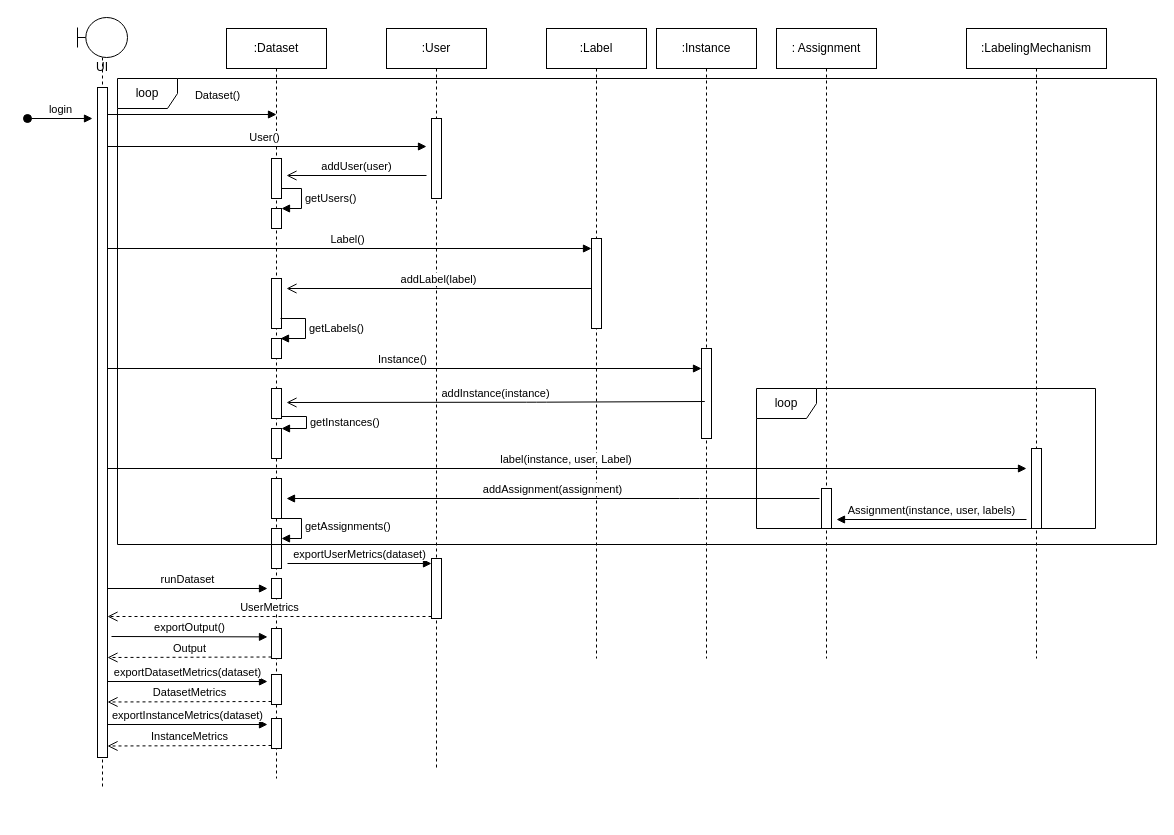
alperdokay/CSE3063F20P1_GRP20 keeps this draw.io diagram as iteration3/DSD.drawio. Above is the earlier version. Source tidied: cells renumbered, new cells numbered last; positions are measured from the earlier drawing's top-left corner, leaving out a move shared by most shapes. Both pictures are drawn from the tidied source at 100%, with x=0, y=0 at pixel (27, 17).
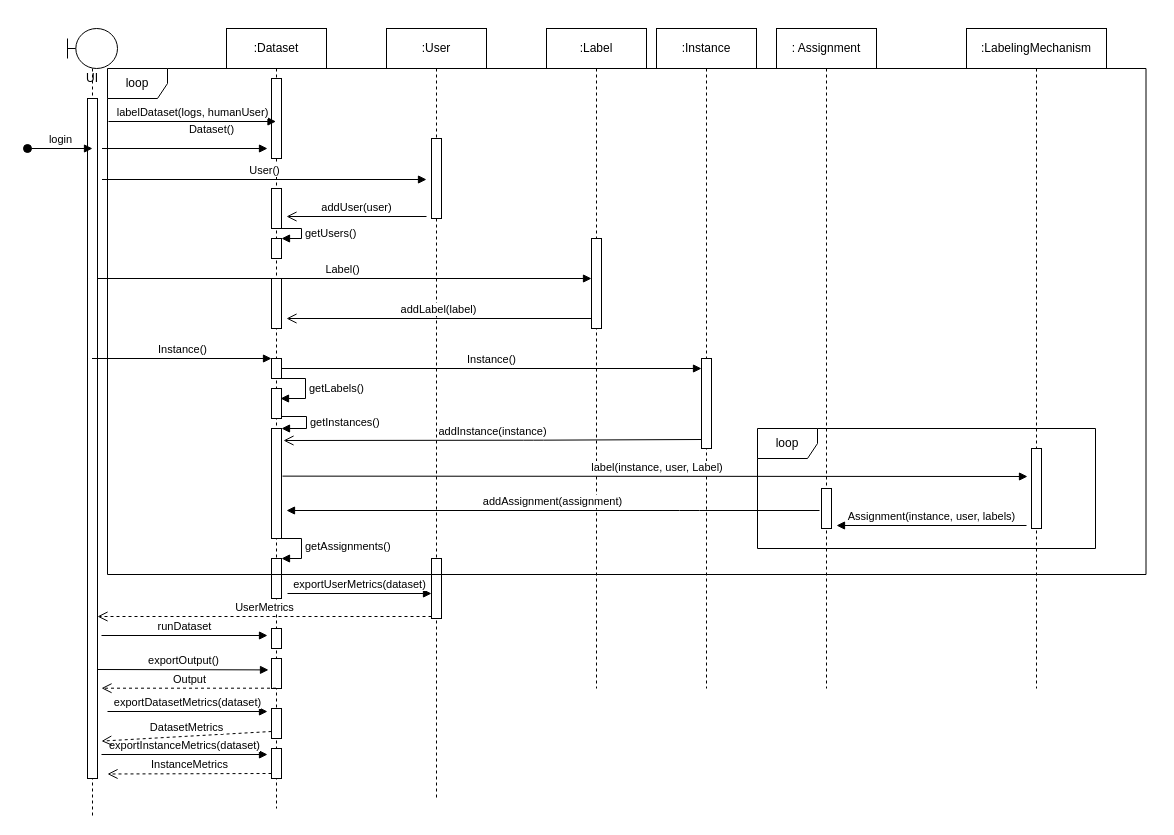
The same diagram, later.

Diff of the diagram source:
```diff
@@
     <mxCell id="2" value=":Dataset" style="shape=umlLifeline;perimeter=lifelinePerimeter;whiteSpace=wrap;html=1;" parent="1" vertex="1">
-      <mxGeometry x="199" y="11" width="100" height="750" as="geometry" />
+      <mxGeometry x="199" y="11" width="100" height="780" as="geometry" />
     </mxCell>
-    <mxCell id="3" style="html=1;perimeter=orthogonalPerimeter;" parent="2" vertex="1">
-      <mxGeometry x="45" y="130" width="10" height="40" as="geometry" />
-    </mxCell>
+    <mxCell id="54" style="html=1;perimeter=orthogonalPerimeter;" parent="2" vertex="1">
+      <mxGeometry x="45" y="160" width="10" height="40" as="geometry" />
+    </mxCell>
@@
-    <mxCell id="5" style="html=1;points=[];perimeter=orthogonalPerimeter;" parent="2" vertex="1">
-      <mxGeometry x="45" y="180" width="10" height="20" as="geometry" />
-    </mxCell>
+    <mxCell id="55" style="html=1;points=[];perimeter=orthogonalPerimeter;" parent="2" vertex="1">
+      <mxGeometry x="45" y="210" width="10" height="20" as="geometry" />
+    </mxCell>
-    <mxCell id="6" value="getUsers()" style="edgeStyle=orthogonalEdgeStyle;html=1;align=left;spacingLeft=2;endArrow=block;rounded=0;entryX=1;entryY=0;" parent="2" edge="1" target="5">
+    <mxCell id="6" value="getUsers()" style="edgeStyle=orthogonalEdgeStyle;html=1;align=left;spacingLeft=2;endArrow=block;rounded=0;entryX=1;entryY=0;" parent="2" edge="1" target="55">
       <mxGeometry relative="1" as="geometry">
-        <mxPoint x="55" y="160" as="sourcePoint" />
+        <mxPoint x="55" y="200" as="sourcePoint" />
         <Array as="points">
-          <mxPoint x="75" y="160" />
+          <mxPoint x="55" y="200" />
+          <mxPoint x="75" y="200" />
+          <mxPoint x="75" y="210" />
         </Array>
       </mxGeometry>
     </mxCell>
-    <mxCell id="7" style="html=1;perimeter=orthogonalPerimeter;" parent="2" vertex="1">
-      <mxGeometry x="45" y="310" width="10" height="20" as="geometry" />
-    </mxCell>
@@
-    <mxCell id="9" style="html=1;points=[];perimeter=orthogonalPerimeter;" parent="2" vertex="1">
-      <mxGeometry x="45" y="400" width="10" height="30" as="geometry" />
-    </mxCell>
+    <mxCell id="56" style="html=1;points=[];perimeter=orthogonalPerimeter;" parent="2" vertex="1">
+      <mxGeometry x="45" y="400" width="10" height="110" as="geometry" />
+    </mxCell>
-    <mxCell id="10" value="getInstances()" style="edgeStyle=orthogonalEdgeStyle;html=1;align=left;spacingLeft=2;endArrow=block;rounded=0;entryX=1;entryY=0;" parent="2" edge="1" target="9">
+    <mxCell id="10" value="getInstances()" style="edgeStyle=orthogonalEdgeStyle;html=1;align=left;spacingLeft=2;endArrow=block;rounded=0;entryX=1;entryY=0;" parent="2" edge="1" target="56">
       <mxGeometry relative="1" as="geometry">
         <mxPoint x="55" y="388" as="sourcePoint" />
         <Array as="points">
           <mxPoint x="80" y="388" />
           <mxPoint x="80" y="400" />
         </Array>
       </mxGeometry>
     </mxCell>
-    <mxCell id="11" style="html=1;perimeter=orthogonalPerimeter;" parent="2" vertex="1">
-      <mxGeometry x="45" y="450" width="10" height="40" as="geometry" />
-    </mxCell>
-    <mxCell id="12" style="html=1;perimeter=orthogonalPerimeter;" parent="2" vertex="1">
-      <mxGeometry x="45" y="500" width="10" height="40" as="geometry" />
-    </mxCell>
+    <mxCell id="57" style="html=1;perimeter=orthogonalPerimeter;" parent="2" vertex="1">
+      <mxGeometry x="45" y="530" width="10" height="40" as="geometry" />
+    </mxCell>
     <mxCell id="13" value="getAssignments()" style="edgeStyle=orthogonalEdgeStyle;html=1;align=left;spacingLeft=2;endArrow=block;rounded=0;entryX=1;entryY=0;" parent="2" edge="1">
       <mxGeometry relative="1" as="geometry">
-        <mxPoint x="50" y="490" as="sourcePoint" />
-        <mxPoint x="55" y="510" as="targetPoint" />
+        <mxPoint x="50" y="510" as="sourcePoint" />
+        <mxPoint x="55" y="530" as="targetPoint" />
         <Array as="points">
-          <mxPoint x="75" y="490" />
+          <mxPoint x="75" y="510" />
         </Array>
       </mxGeometry>
     </mxCell>
-    <mxCell id="14" style="html=1;perimeter=orthogonalPerimeter;" parent="2" vertex="1">
-      <mxGeometry x="45" y="550" width="10" height="20" as="geometry" />
-    </mxCell>
-    <mxCell id="15" style="html=1;points=[];perimeter=orthogonalPerimeter;" parent="2" vertex="1">
-      <mxGeometry x="45" y="600" width="10" height="30" as="geometry" />
-    </mxCell>
-    <mxCell id="16" style="html=1;perimeter=orthogonalPerimeter;" parent="2" vertex="1">
-      <mxGeometry x="45" y="646" width="10" height="30" as="geometry" />
-    </mxCell>
-    <mxCell id="17" style="html=1;perimeter=orthogonalPerimeter;" parent="2" vertex="1">
-      <mxGeometry x="45" y="690" width="10" height="30" as="geometry" />
-    </mxCell>
+    <mxCell id="58" style="html=1;perimeter=orthogonalPerimeter;" parent="2" vertex="1">
+      <mxGeometry x="45" y="600" width="10" height="20" as="geometry" />
+    </mxCell>
+    <mxCell id="59" style="html=1;perimeter=orthogonalPerimeter;" parent="2" vertex="1">
+      <mxGeometry x="45" y="630" width="10" height="30" as="geometry" />
+    </mxCell>
+    <mxCell id="60" style="html=1;perimeter=orthogonalPerimeter;" parent="2" vertex="1">
+      <mxGeometry x="45" y="680" width="10" height="30" as="geometry" />
+    </mxCell>
+    <mxCell id="61" style="html=1;perimeter=orthogonalPerimeter;" parent="2" vertex="1">
+      <mxGeometry x="45" y="720" width="10" height="30" as="geometry" />
+    </mxCell>
+    <mxCell id="62" style="html=1;perimeter=orthogonalPerimeter;" parent="2" vertex="1">
+      <mxGeometry x="45" y="50" width="10" height="80" as="geometry" />
+    </mxCell>
     <mxCell id="18" value=":User" style="shape=umlLifeline;perimeter=lifelinePerimeter;whiteSpace=wrap;html=1;" parent="1" vertex="1">
-      <mxGeometry x="359" y="11" width="100" height="740" as="geometry" />
+      <mxGeometry x="359" y="11" width="100" height="770" as="geometry" />
     </mxCell>
-    <mxCell id="19" style="html=1;perimeter=orthogonalPerimeter;" parent="18" vertex="1">
-      <mxGeometry x="45" y="90" width="10" height="80" as="geometry" />
-    </mxCell>
+    <mxCell id="63" style="html=1;perimeter=orthogonalPerimeter;" parent="18" vertex="1">
+      <mxGeometry x="45" y="110" width="10" height="80" as="geometry" />
+    </mxCell>
@@
     <mxCell id="21" value=":Label" style="shape=umlLifeline;perimeter=lifelinePerimeter;whiteSpace=wrap;html=1;" parent="1" vertex="1">
-      <mxGeometry x="519" y="11" width="100" height="630" as="geometry" />
+      <mxGeometry x="519" y="11" width="100" height="660" as="geometry" />
     </mxCell>
@@
     <mxCell id="23" value=":Instance" style="shape=umlLifeline;perimeter=lifelinePerimeter;whiteSpace=wrap;html=1;" parent="1" vertex="1">
-      <mxGeometry x="629" y="11" width="100" height="630" as="geometry" />
+      <mxGeometry x="629" y="11" width="100" height="660" as="geometry" />
     </mxCell>
-    <mxCell id="24" value="Instance()" style="html=1;verticalAlign=bottom;endArrow=block;entryX=0;entryY=0;" parent="23" edge="1" source="42">
-      <mxGeometry relative="1" as="geometry">
-        <mxPoint x="45" y="340" as="targetPoint" />
-      </mxGeometry>
-    </mxCell>
-    <mxCell id="25" style="html=1;perimeter=orthogonalPerimeter;" parent="23" vertex="1">
-      <mxGeometry x="45" y="320" width="10" height="90" as="geometry" />
-    </mxCell>
+    <mxCell id="64" value="Instance()" style="html=1;verticalAlign=bottom;endArrow=block;entryX=0;entryY=0;" parent="23" edge="1" source="66">
+      <mxGeometry relative="1" as="geometry">
+        <mxPoint x="45" y="340" as="targetPoint" />
+      </mxGeometry>
+    </mxCell>
+    <mxCell id="65" style="html=1;perimeter=orthogonalPerimeter;" parent="23" vertex="1">
+      <mxGeometry x="45" y="330" width="10" height="90" as="geometry" />
+    </mxCell>
+    <mxCell id="66" style="html=1;points=[];perimeter=orthogonalPerimeter;" parent="23" vertex="1">
+      <mxGeometry x="-385" y="330" width="10" height="20" as="geometry" />
+    </mxCell>
     <mxCell id="26" value=": Assignment" style="shape=umlLifeline;perimeter=lifelinePerimeter;whiteSpace=wrap;html=1;" parent="1" vertex="1">
-      <mxGeometry x="749" y="11" width="100" height="630" as="geometry" />
+      <mxGeometry x="749" y="11" width="100" height="660" as="geometry" />
     </mxCell>
@@
     <mxCell id="28" value=":LabelingMechanism" style="shape=umlLifeline;perimeter=lifelinePerimeter;whiteSpace=wrap;html=1;" parent="1" vertex="1">
-      <mxGeometry x="939" y="11" width="140" height="630" as="geometry" />
+      <mxGeometry x="939" y="11" width="140" height="660" as="geometry" />
     </mxCell>
@@
     <mxCell id="30" value="Dataset()" style="html=1;verticalAlign=bottom;endArrow=block;" parent="1" edge="1">
       <mxGeometry x="0.32" y="10" relative="1" as="geometry">
-        <mxPoint x="74.5" y="97" as="sourcePoint" />
-        <mxPoint x="249" y="97" as="targetPoint" />
+        <mxPoint x="74.5" y="131" as="sourcePoint" />
+        <mxPoint x="240" y="131" as="targetPoint" />
       </mxGeometry>
     </mxCell>
     <mxCell id="31" value="addUser(user)" style="html=1;verticalAlign=bottom;endArrow=open;endSize=8;exitX=0;exitY=0.95;" parent="1" edge="1">
       <mxGeometry relative="1" as="geometry">
-        <mxPoint x="399" y="158" as="sourcePoint" />
-        <mxPoint x="259" y="158" as="targetPoint" />
+        <mxPoint x="399" y="199" as="sourcePoint" />
+        <mxPoint x="259" y="199" as="targetPoint" />
       </mxGeometry>
     </mxCell>
     <mxCell id="32" value="Label()" style="html=1;verticalAlign=bottom;endArrow=block;entryX=0;entryY=0;" parent="1" edge="1" source="42">
       <mxGeometry relative="1" as="geometry">
-        <mxPoint x="564" y="231" as="targetPoint" />
+        <mxPoint x="564" y="261" as="targetPoint" />
       </mxGeometry>
     </mxCell>
     <mxCell id="33" value="addLabel(label)" style="html=1;verticalAlign=bottom;endArrow=open;endSize=8;exitX=0;exitY=0.95;" parent="1" edge="1">
       <mxGeometry relative="1" as="geometry">
-        <mxPoint x="564" y="271" as="sourcePoint" />
-        <mxPoint x="259" y="271" as="targetPoint" />
+        <mxPoint x="564" y="301" as="sourcePoint" />
+        <mxPoint x="259" y="301" as="targetPoint" />
       </mxGeometry>
     </mxCell>
-    <mxCell id="34" value="User()" style="html=1;verticalAlign=bottom;endArrow=block;entryX=0;entryY=0;" parent="1" edge="1" source="42">
+    <mxCell id="34" value="User()" style="html=1;verticalAlign=bottom;endArrow=block;entryX=0;entryY=0;" parent="1" edge="1">
       <mxGeometry relative="1" as="geometry">
-        <mxPoint x="399" y="129" as="targetPoint" />
+        <mxPoint x="74.5" y="162" as="sourcePoint" />
+        <mxPoint x="399" y="162" as="targetPoint" />
       </mxGeometry>
     </mxCell>
     <mxCell id="35" value="addInstance(instance)" style="html=1;verticalAlign=bottom;endArrow=open;endSize=8;exitX=-0.167;exitY=0.87;exitDx=0;exitDy=0;exitPerimeter=0;" parent="1" edge="1">
       <mxGeometry relative="1" as="geometry">
-        <mxPoint x="677.3" y="384" as="sourcePoint" />
-        <mxPoint x="259" y="385" as="targetPoint" />
+        <mxPoint x="674.3" y="422" as="sourcePoint" />
+        <mxPoint x="256" y="423" as="targetPoint" />
         <Array as="points">
-          <mxPoint x="509" y="384.7" />
+          <mxPoint x="506" y="422.7" />
         </Array>
       </mxGeometry>
     </mxCell>
     <mxCell id="36" value="addAssignment(assignment)" style="html=1;verticalAlign=bottom;endArrow=block;" parent="1" edge="1">
       <mxGeometry relative="1" as="geometry">
-        <mxPoint x="792" y="481" as="sourcePoint" />
-        <mxPoint x="259" y="481" as="targetPoint" />
+        <mxPoint x="792" y="493" as="sourcePoint" />
+        <mxPoint x="259" y="493" as="targetPoint" />
         <Array as="points">
-          <mxPoint x="662" y="481" />
+          <mxPoint x="662" y="493" />
         </Array>
       </mxGeometry>
     </mxCell>
-    <mxCell id="37" value="&amp;nbsp;label(instance, user, Label)" style="html=1;verticalAlign=bottom;endArrow=block;" parent="1" edge="1" source="42">
+    <mxCell id="37" value="&amp;nbsp;label(instance, user, Label)" style="html=1;verticalAlign=bottom;endArrow=block;exitX=1.1;exitY=0.433;exitDx=0;exitDy=0;exitPerimeter=0;" parent="1" edge="1" source="56">
       <mxGeometry relative="1" as="geometry">
-        <mxPoint x="999" y="451" as="targetPoint" />
+        <mxPoint x="1000" y="459" as="targetPoint" />
       </mxGeometry>
     </mxCell>
     <mxCell id="38" value="Assignment(instance, user, labels)" style="html=1;verticalAlign=bottom;endArrow=block;" parent="1" edge="1">
       <mxGeometry relative="1" as="geometry">
-        <mxPoint x="999" y="502" as="sourcePoint" />
-        <mxPoint x="809" y="502" as="targetPoint" />
+        <mxPoint x="999" y="508" as="sourcePoint" />
+        <mxPoint x="809" y="508" as="targetPoint" />
       </mxGeometry>
     </mxCell>
-    <mxCell id="39" value="loop" style="shape=umlFrame;whiteSpace=wrap;html=1;" parent="1" vertex="1">
-      <mxGeometry x="729" y="371" width="339" height="140" as="geometry" />
-    </mxCell>
-    <mxCell id="40" value="loop" style="shape=umlFrame;whiteSpace=wrap;html=1;" parent="1" vertex="1">
-      <mxGeometry x="90" y="61" width="1039" height="466" as="geometry" />
-    </mxCell>
+    <mxCell id="67" value="loop" style="shape=umlFrame;whiteSpace=wrap;html=1;" parent="1" vertex="1">
+      <mxGeometry x="730" y="411" width="338" height="120" as="geometry" />
+    </mxCell>
+    <mxCell id="68" value="loop" style="shape=umlFrame;whiteSpace=wrap;html=1;" parent="1" vertex="1">
+      <mxGeometry x="80" y="51" width="1038.5" height="506" as="geometry" />
+    </mxCell>
     <mxCell id="41" value="getLabels()" style="edgeStyle=orthogonalEdgeStyle;html=1;align=left;spacingLeft=2;endArrow=block;rounded=0;" parent="1" edge="1">
       <mxGeometry relative="1" as="geometry">
-        <mxPoint x="253" y="301" as="sourcePoint" />
-        <mxPoint x="253" y="321" as="targetPoint" />
+        <mxPoint x="253" y="361" as="sourcePoint" />
+        <mxPoint x="253" y="381" as="targetPoint" />
         <Array as="points">
-          <mxPoint x="278" y="301" />
+          <mxPoint x="278" y="361" />
         </Array>
       </mxGeometry>
     </mxCell>
     <mxCell id="42" value="UI" style="shape=umlLifeline;participant=umlBoundary;perimeter=lifelinePerimeter;whiteSpace=wrap;html=1;verticalAlign=top;spacingTop=36;outlineConnect=0;" parent="1" vertex="1">
-      <mxGeometry x="50" width="50" height="770" as="geometry" />
+      <mxGeometry x="40" y="11" width="50" height="789" as="geometry" />
     </mxCell>
-    <mxCell id="43" style="html=1;perimeter=orthogonalPerimeter;" parent="42" vertex="1">
-      <mxGeometry x="20" y="70" width="10" height="670" as="geometry" />
-    </mxCell>
+    <mxCell id="69" style="html=1;points=[];perimeter=orthogonalPerimeter;" parent="42" vertex="1">
+      <mxGeometry x="20" y="70" width="10" height="680" as="geometry" />
+    </mxCell>
     <mxCell id="44" value="login" style="html=1;verticalAlign=bottom;startArrow=oval;startFill=1;endArrow=block;startSize=8;" parent="1" edge="1">
       <mxGeometry relative="1" as="geometry">
-        <mxPoint y="101" as="sourcePoint" />
-        <mxPoint x="65" y="101" as="targetPoint" />
+        <mxPoint y="131" as="sourcePoint" />
+        <mxPoint x="65" y="131" as="targetPoint" />
       </mxGeometry>
     </mxCell>
     <mxCell id="45" value="runDataset" style="html=1;verticalAlign=bottom;endArrow=block;" parent="1" edge="1">
       <mxGeometry relative="1" as="geometry">
-        <mxPoint x="80" y="571" as="sourcePoint" />
-        <mxPoint x="240" y="571" as="targetPoint" />
+        <mxPoint x="74" y="618" as="sourcePoint" />
+        <mxPoint x="240" y="618" as="targetPoint" />
       </mxGeometry>
     </mxCell>
     <mxCell id="46" value="exportOutput()" style="html=1;verticalAlign=bottom;endArrow=block;entryX=-0.4;entryY=0.013;entryDx=0;entryDy=0;entryPerimeter=0;" parent="1" edge="1">
       <mxGeometry relative="1" as="geometry">
-        <mxPoint x="84" y="619" as="sourcePoint" />
-        <mxPoint x="240" y="619.4" as="targetPoint" />
+        <mxPoint x="70" y="652" as="sourcePoint" />
+        <mxPoint x="241" y="652.4" as="targetPoint" />
       </mxGeometry>
     </mxCell>
-    <mxCell id="47" value="Output" style="html=1;verticalAlign=bottom;endArrow=open;dashed=1;endSize=8;exitX=0;exitY=0.95;" parent="1" edge="1" source="15">
+    <mxCell id="47" value="Output" style="html=1;verticalAlign=bottom;endArrow=open;dashed=1;endSize=8;entryX=1.4;entryY=0.879;entryDx=0;entryDy=0;entryPerimeter=0;" parent="1" edge="1">
       <mxGeometry relative="1" as="geometry">
-        <mxPoint x="80" y="640" as="targetPoint" />
+        <mxPoint x="248.5" y="670.7" as="sourcePoint" />
+        <mxPoint x="74" y="670.7" as="targetPoint" />
       </mxGeometry>
     </mxCell>
     <mxCell id="48" value="exportInstanceMetrics(dataset)" style="html=1;verticalAlign=bottom;endArrow=block;" parent="1" edge="1">
       <mxGeometry relative="1" as="geometry">
-        <mxPoint x="80" y="707" as="sourcePoint" />
-        <mxPoint x="240" y="707" as="targetPoint" />
+        <mxPoint x="74" y="737" as="sourcePoint" />
+        <mxPoint x="240" y="737" as="targetPoint" />
       </mxGeometry>
     </mxCell>
     <mxCell id="49" value="exportDatasetMetrics(dataset)" style="html=1;verticalAlign=bottom;endArrow=block;" parent="1" edge="1">
       <mxGeometry relative="1" as="geometry">
-        <mxPoint x="80" y="664" as="sourcePoint" />
-        <mxPoint x="240" y="664" as="targetPoint" />
+        <mxPoint x="80" y="694" as="sourcePoint" />
+        <mxPoint x="240" y="694" as="targetPoint" />
       </mxGeometry>
     </mxCell>
-    <mxCell id="50" value="DatasetMetrics" style="html=1;verticalAlign=bottom;endArrow=open;dashed=1;endSize=8;exitX=0;exitY=0.95;" parent="1" edge="1">
+    <mxCell id="50" value="DatasetMetrics" style="html=1;verticalAlign=bottom;endArrow=open;dashed=1;endSize=8;exitX=0;exitY=0.95;entryX=1.4;entryY=0.945;entryDx=0;entryDy=0;entryPerimeter=0;" parent="1" edge="1" target="69">
       <mxGeometry relative="1" as="geometry">
-        <mxPoint x="244" y="684" as="sourcePoint" />
-        <mxPoint x="80" y="684.5" as="targetPoint" />
+        <mxPoint x="244" y="714" as="sourcePoint" />
       </mxGeometry>
     </mxCell>
     <mxCell id="51" value="InstanceMetrics" style="html=1;verticalAlign=bottom;endArrow=open;dashed=1;endSize=8;exitX=0;exitY=0.95;" parent="1" edge="1">
       <mxGeometry relative="1" as="geometry">
-        <mxPoint x="244" y="728" as="sourcePoint" />
-        <mxPoint x="80" y="728.5" as="targetPoint" />
+        <mxPoint x="244" y="756" as="sourcePoint" />
+        <mxPoint x="80" y="756.5" as="targetPoint" />
       </mxGeometry>
     </mxCell>
     <mxCell id="52" value="exportUserMetrics(dataset)" style="html=1;verticalAlign=bottom;endArrow=block;entryX=0;entryY=0;" parent="1" edge="1">
       <mxGeometry relative="1" as="geometry">
-        <mxPoint x="260" y="546" as="sourcePoint" />
-        <mxPoint x="404" y="546" as="targetPoint" />
+        <mxPoint x="260" y="576" as="sourcePoint" />
+        <mxPoint x="404" y="576" as="targetPoint" />
       </mxGeometry>
     </mxCell>
     <mxCell id="53" value="UserMetrics" style="html=1;verticalAlign=bottom;endArrow=open;dashed=1;endSize=8;exitX=0;exitY=0.95;" parent="1" edge="1">
       <mxGeometry relative="1" as="geometry">
         <mxPoint x="404" y="599" as="sourcePoint" />
-        <mxPoint x="80" y="599" as="targetPoint" />
+        <mxPoint x="70" y="599" as="targetPoint" />
       </mxGeometry>
     </mxCell>
+    <mxCell id="70" value="labelDataset(logs, humanUser)" style="html=1;verticalAlign=bottom;endArrow=block;exitX=1.1;exitY=0.015;exitDx=0;exitDy=0;exitPerimeter=0;" parent="1" edge="1">
+      <mxGeometry relative="1" as="geometry">
+        <mxPoint x="81" y="104" as="sourcePoint" />
+        <mxPoint x="248.5" y="104" as="targetPoint" />
+      </mxGeometry>
+    </mxCell>
+    <mxCell id="71" value="Instance()" style="html=1;verticalAlign=bottom;endArrow=block;entryX=0;entryY=0;" parent="1" edge="1" source="42" target="66">
+      <mxGeometry relative="1" as="geometry" />
+    </mxCell>
```
